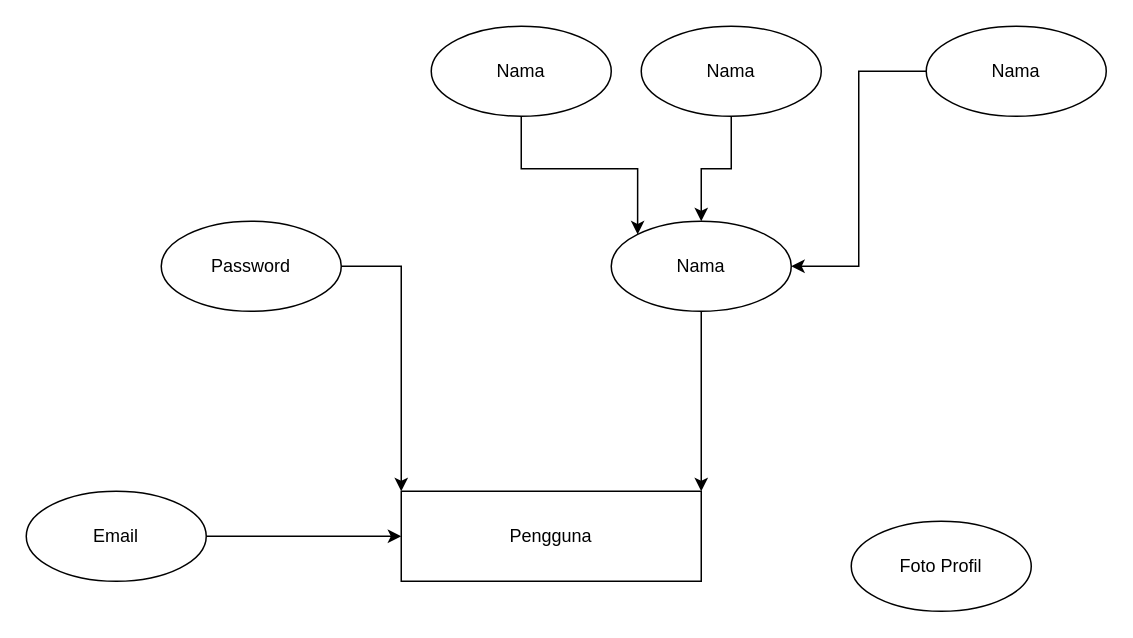
This is Untitled Diagram.drawio from thirza258/draw.io, a draw.io file, before an edit. Source tidied: cells renumbered, new cells numbered last; positions are measured from the earlier drawing's top-left corner, leaving out a move shared by most shapes. Both pictures are drawn from the tidied source at 150%, with x=0, y=0 at pixel (26, 26).
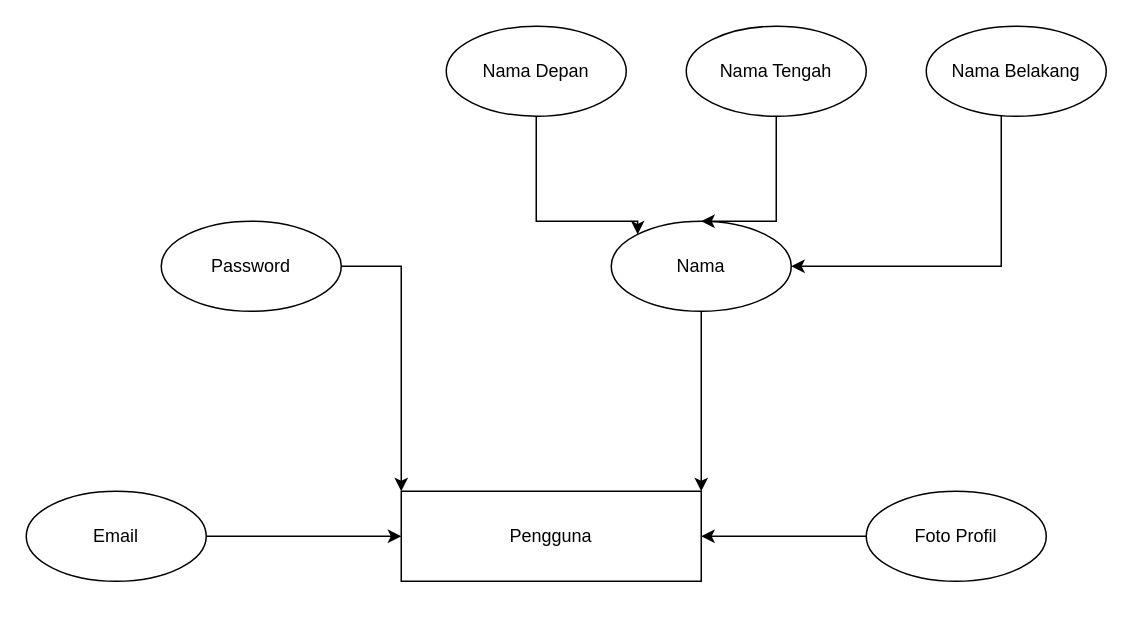
Above is the later version.

The change refers to these unchanged cells:
```xml
<mxCell id="2" value="Pengguna" style="rounded=0;whiteSpace=wrap;html=1;" parent="1" vertex="1">
  <mxGeometry x="250" y="310" width="200" height="60" as="geometry" />
</mxCell>
<mxCell id="8" value="Nama" style="ellipse;whiteSpace=wrap;html=1;" parent="1" vertex="1">
  <mxGeometry x="390" y="130" width="120" height="60" as="geometry" />
</mxCell>
```

Change to the diagram source:
```diff
@@
+    <mxCell id="16" style="edgeStyle=orthogonalEdgeStyle;rounded=0;jettySize=auto;html=1;entryX=1;entryY=0.5;entryDx=0;entryDy=0;" parent="1" edge="1" source="9" target="2">
+      <mxGeometry relative="1" as="geometry" />
+    </mxCell>
     <mxCell id="9" value="Foto Profil" style="ellipse;whiteSpace=wrap;html=1;" parent="1" vertex="1">
-      <mxGeometry x="550" y="330" width="120" height="60" as="geometry" />
+      <mxGeometry x="560" y="310" width="120" height="60" as="geometry" />
     </mxCell>
     <mxCell id="10" style="edgeStyle=orthogonalEdgeStyle;rounded=0;jettySize=auto;html=1;entryX=0;entryY=0;entryDx=0;entryDy=0;" parent="1" edge="1" source="11" target="8">
-      <mxGeometry relative="1" as="geometry" />
+      <mxGeometry relative="1" as="geometry">
+        <Array as="points">
+          <mxPoint x="340" y="130" />
+          <mxPoint x="408" y="130" />
+        </Array>
+      </mxGeometry>
     </mxCell>
-    <mxCell id="11" value="Nama" style="ellipse;whiteSpace=wrap;html=1;" parent="1" vertex="1">
-      <mxGeometry x="270" width="120" height="60" as="geometry" />
+    <mxCell id="11" value="Nama Depan" style="ellipse;whiteSpace=wrap;html=1;" parent="1" vertex="1">
+      <mxGeometry x="280" width="120" height="60" as="geometry" />
     </mxCell>
     <mxCell id="12" style="edgeStyle=orthogonalEdgeStyle;rounded=0;jettySize=auto;html=1;entryX=0.5;entryY=0;entryDx=0;entryDy=0;" parent="1" edge="1" source="13" target="8">
-      <mxGeometry relative="1" as="geometry" />
+      <mxGeometry relative="1" as="geometry">
+        <Array as="points">
+          <mxPoint x="500" y="130" />
+        </Array>
+      </mxGeometry>
     </mxCell>
-    <mxCell id="13" value="Nama" style="ellipse;whiteSpace=wrap;html=1;" parent="1" vertex="1">
-      <mxGeometry x="410" width="120" height="60" as="geometry" />
+    <mxCell id="13" value="Nama Tengah" style="ellipse;whiteSpace=wrap;html=1;" parent="1" vertex="1">
+      <mxGeometry x="440" width="120" height="60" as="geometry" />
     </mxCell>
     <mxCell id="14" style="edgeStyle=orthogonalEdgeStyle;rounded=0;jettySize=auto;html=1;entryX=1;entryY=0.5;entryDx=0;entryDy=0;" parent="1" edge="1" source="15" target="8">
-      <mxGeometry relative="1" as="geometry" />
+      <mxGeometry relative="1" as="geometry">
+        <Array as="points">
+          <mxPoint x="650" y="160" />
+        </Array>
+      </mxGeometry>
     </mxCell>
-    <mxCell id="15" value="Nama" style="ellipse;whiteSpace=wrap;html=1;" parent="1" vertex="1">
+    <mxCell id="15" value="Nama Belakang" style="ellipse;whiteSpace=wrap;html=1;" parent="1" vertex="1">
       <mxGeometry x="600" width="120" height="60" as="geometry" />
     </mxCell>
```
